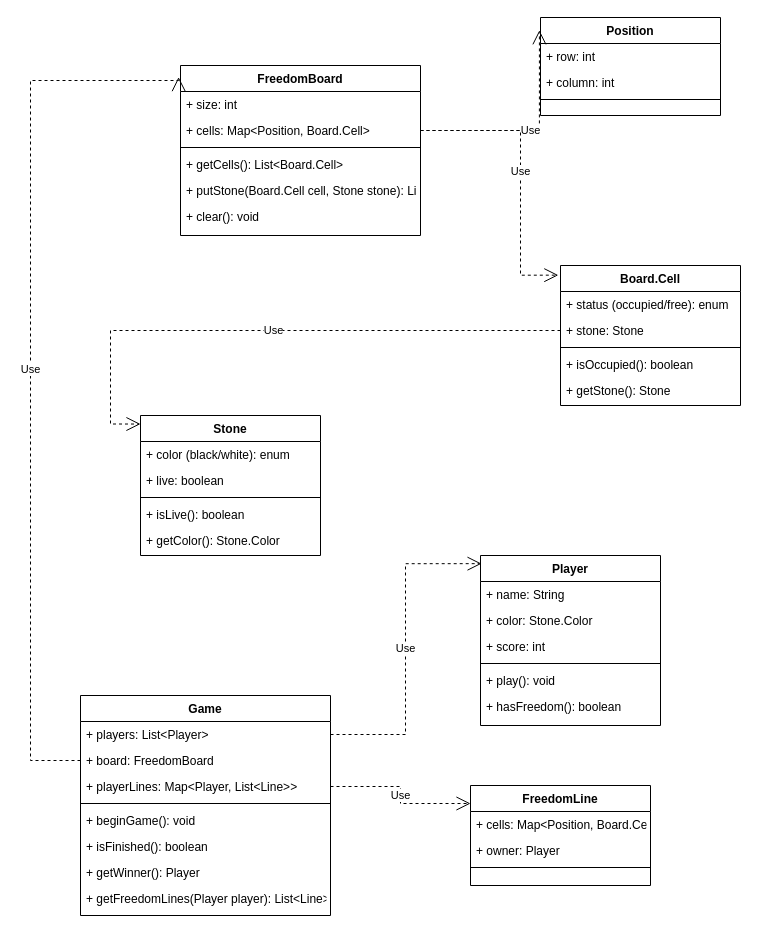
Before: class_diagram.drawio in peiva-git/SDM_project, a draw.io diagram. Source tidied: cells renumbered, new cells numbered last; positions are measured from the earlier drawing's top-left corner, leaving out a move shared by most shapes. Both pictures are drawn from the tidied source at 100%, with x=0, y=0 at pixel (30, 17).
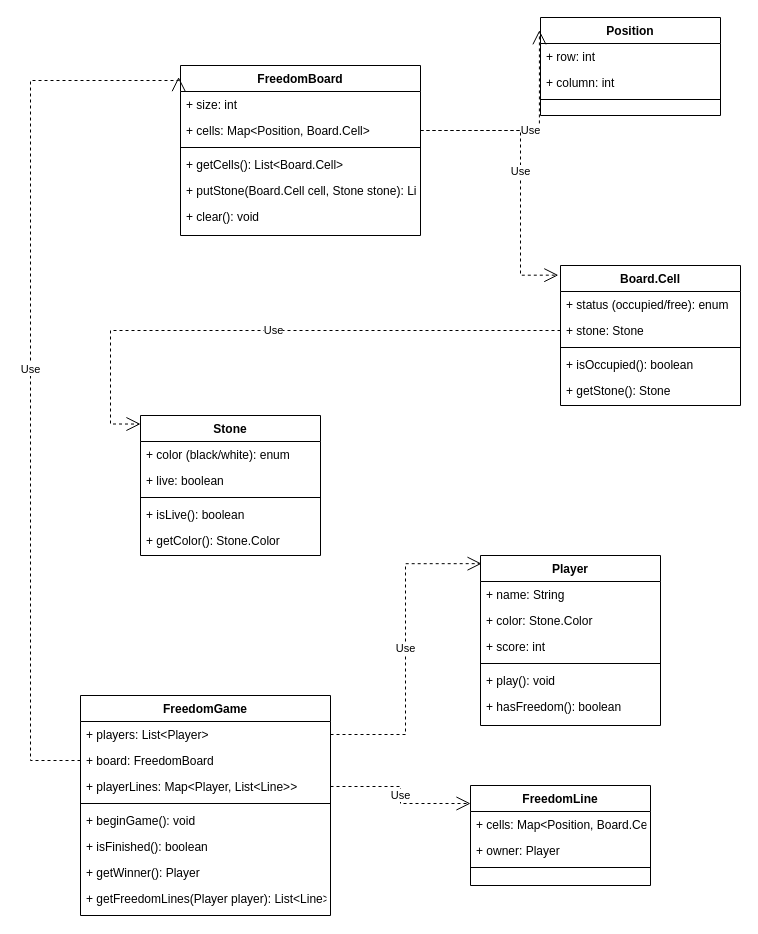
The same page after the edit.

Commit message (it also covers changes not shown here):
Refactored to FreedomGame

Diff of the diagram source:
```diff
@@
-    <mxCell id="30" value="Game" style="swimlane;fontStyle=1;align=center;verticalAlign=top;horizontal=1;startSize=26;rounded=0;shadow=0;strokeWidth=1;" parent="1" vertex="1">
+    <mxCell id="30" value="FreedomGame" style="swimlane;fontStyle=1;align=center;verticalAlign=top;horizontal=1;startSize=26;rounded=0;shadow=0;strokeWidth=1;" parent="1" vertex="1">
       <mxGeometry x="50" y="678" width="250" height="220" as="geometry" />
     </mxCell>
```
